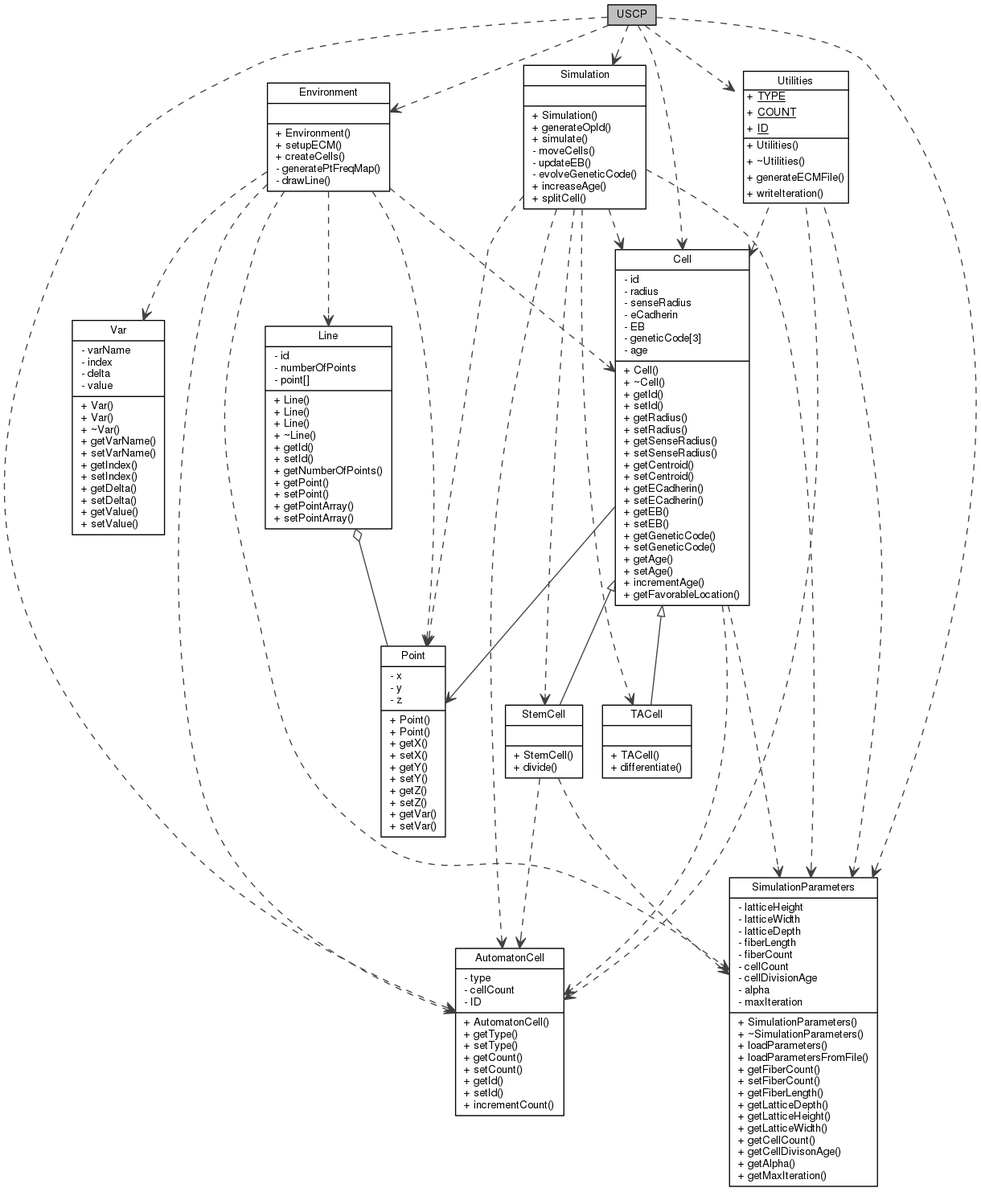
Earlier version of the Graphviz export docs/diag/classDiagram/class_diag.png (abhaymittal/Model-Stem-Cells). Its source is kept beside it as docs/diag/classDiagram/class_diag.dot. Source of this version:
```dot
digraph "Class_Diagram" {
	edge [fontname="Helvetica",fontsize="10",labelfontname="Helvetica",labelfontsize="10"];

node [fontname="Helvetica",fontsize="10",shape=record];

uscp [label="USCP",height=0.2,width=0.4,color="black", fillcolor="grey75", style="filled" fontcolor="black"];

automaton_cell [label="{AutomatonCell\n|- type\l- cellCount\l- ID\l|+ AutomatonCell()\l+ getType()\l+ setType()\l+ getCount()\l+ setCount()\l+ getId()\l+ setId()\l+ incrementCount()\l}",height=0.2,width=0.4,color="black", fillcolor="white", style="filled" fontcolor="black"];

cell [label="{Cell\n|- id\l- radius\l- senseRadius\l- eCadherin\l- EB\l- geneticCode[3]\l- age\l|+ Cell()\l+ ~Cell()\l+ getId()\l+ setId()\l+ getRadius()\l+ setRadius()\l+ getSenseRadius()\l+ setSenseRadius()\l+ getCentroid()\l+ setCentroid()\l+ getECadherin()\l+ setECadherin()\l+ getEB()\l+ setEB()\l+ getGeneticCode()\l+ setGeneticCode()\l+ getAge()\l+ setAge()\l+ incrementAge()\l+ getFavorableLocation()\l}",height=0.2,width=0.4,color="black", fillcolor="white", style="filled" fontcolor="black"];

environment [label="{Environment\n||+ Environment()\l+ setupECM()\l+ createCells()\l- generatePtFreqMap()\l- drawLine()\l}",height=0.2,width=0.4,color="black", fillcolor="white", style="filled" fontcolor="black"];

line [label="{Line\n|- id\l- numberOfPoints\l- point[]\l|+ Line()\l+ Line()\l+ Line()\l+ ~Line()\l+ getId()\l+ setId()\l+ getNumberOfPoints()\l+ getPoint()\l+ setPoint()\l+ getPointArray()\l+ setPointArray()\l}",height=0.2,width=0.4,color="black", fillcolor="white", style="filled" fontcolor="black"];

point [label="{Point\n|- x\l- y\l- z\l|+ Point()\l+ Point()\l+ getX()\l+ setX()\l+ getY()\l+ setY()\l+ getZ()\l+ setZ()\l+ getVar()\l+ setVar()\l}",height=0.2,width=0.4,color="black", fillcolor="white", style="filled" fontcolor="black"];

simulation [label="{Simulation\n||+ Simulation()\l+ generateOpId()\l+ simulate()\l- moveCells()\l- updateEB()\l- evolveGeneticCode()\l+ increaseAge()\l+ splitCell()\l}",height=0.2,width=0.4,color="black", fillcolor="white", style="filled" fontcolor="black"];

simulation_param [label="{SimulationParameters\n|- latticeHeight\l- latticeWidth\l- latticeDepth\l- fiberLength\l- fiberCount\l- cellCount\l- cellDivisionAge\l- alpha\l- maxIteration\l|+ SimulationParameters()\l+ ~SimulationParameters()\l+ loadParameters()\l+ loadParametersFromFile()\l+ getFiberCount()\l+ setFiberCount()\l+ getFiberLength()\l+ getLatticeDepth()\l+ getLatticeHeight()\l+ getLatticeWidth()\l+ getCellCount()\l+ getCellDivisonAge()\l+ getAlpha()\l+ getMaxIteration()\l}",height=0.2,width=0.4,color="black", fillcolor="white", style="filled" fontcolor="black"];

utilities [label=<<TABLE ALIGN="LEFT" CELLBORDER="0" CELLSPACING="0" ><TR><TD>Utilities</TD></TR><HR/><TR><TD ALIGN="LEFT">+ <u>TYPE</u></TD></TR><TR><TD ALIGN="LEFT">+ <U>COUNT</U></TD></TR><TR><TD ALIGN="LEFT">+ <U>ID</U></TD></TR><HR/><TR><TD ALIGN="LEFT">+ Utilities()</TD></TR><TR><TD ALIGN="LEFT">+ ~Utilities()</TD></TR><TR><TD ALIGN="LEFT">+ generateECMFile()</TD></TR><TR><TD ALIGN="LEFT">+ writeIteration()</TD></TR></TABLE>>,shape=plaintext,height=0.2,width=0.4,color="black", fillcolor="white", style="filled" fontcolor="black"];

var [label="{Var\n|- varName\l- index\l- delta\l- value\l|+ Var()\l+ Var()\l+ ~Var()\l+ getVarName()\l+ setVarName()\l+ getIndex()\l+ setIndex()\l+ getDelta()\l+ setDelta()\l+ getValue()\l+ setValue()\l}",height=0.2,width=0.4,color="black", fillcolor="white", style="filled" fontcolor="black"];

stem_cell [label="{StemCell\n||+ StemCell()\l+ divide()\l}",height=0.2,width=0.4,color="black", fillcolor="white", style="filled" fontcolor="black"];

ta_cell [label="{TACell\n||+ TACell()\l+ differentiate()\l}",height=0.2,width=0.4,color="black", fillcolor="white", style="filled" fontcolor="black"];


uscp -> automaton_cell [color="grey25",fontsize="10",style="dashed" ,fontname="Helvetica",arrowhead=vee];
uscp -> cell [color="grey25",fontsize="10",style="dashed" ,fontname="Helvetica",arrowhead=vee];
uscp -> environment [color="grey25",fontsize="10",style="dashed" ,fontname="Helvetica",arrowhead=vee];
uscp -> simulation [color="grey25",fontsize="10",style="dashed" ,fontname="Helvetica",arrowhead=vee];
uscp -> simulation_param [color="grey25",fontsize="10",style="dashed" ,fontname="Helvetica",arrowhead=vee];
uscp -> utilities [color="grey25",fontsize="10",style="dashed" ,fontname="Helvetica",arrowhead=vee];

cell -> point [color="grey25",fontsize="10",style="solid" ,fontname="Helvetica" arrowhead=vee];
cell -> automaton_cell [color="grey25",fontsize="10",style="dashed" ,fontname="Helvetica",arrowhead=vee];
cell -> simulation_param [color="grey25",fontsize="10",style="dashed" ,fontname="Helvetica",arrowhead=vee];
cell -> stem_cell [color="grey25",fontsize="10",style="solid" ,fontname="Helvetica" dir="back" arrowtail=empty];
cell -> ta_cell [color="grey25",fontsize="10",style="solid" ,fontname="Helvetica" dir="back" arrowtail=empty];

environment -> automaton_cell [color="grey25",fontsize="10",style="dashed" ,fontname="Helvetica",arrowhead=vee];
environment -> cell [color="grey25",fontsize="10",style="dashed" ,fontname="Helvetica",arrowhead=vee];
environment -> line [color="grey25",fontsize="10",style="dashed" ,fontname="Helvetica",arrowhead=vee];
environment -> point [color="grey25",fontsize="10",style="dashed" ,fontname="Helvetica",arrowhead=vee];
environment -> simulation_param [color="grey25",fontsize="10",style="dashed" ,fontname="Helvetica",arrowhead=vee];
environment -> var [color="grey25",fontsize="10",style="dashed" ,fontname="Helvetica",arrowhead=vee];

line -> point [color="grey25",fontsize="10",style="solid" ,fontname="Helvetica" dir="back" arrowtail=ediamond];

simulation -> automaton_cell [color="grey25",fontsize="10",style="dashed" ,fontname="Helvetica",arrowhead=vee];
simulation -> cell [color="grey25",fontsize="10",style="dashed" ,fontname="Helvetica",arrowhead=vee];
simulation -> point [color="grey25",fontsize="10",style="dashed" ,fontname="Helvetica",arrowhead=vee];
simulation -> simulation_param [color="grey25",fontsize="10",style="dashed" ,fontname="Helvetica",arrowhead=vee];
simulation -> stem_cell [color="grey25",fontsize="10",style="dashed" ,fontname="Helvetica",arrowhead=vee];
simulation -> ta_cell [color="grey25",fontsize="10",style="dashed" ,fontname="Helvetica",arrowhead=vee];

utilities -> automaton_cell [color="grey25",fontsize="10",style="dashed" ,fontname="Helvetica",arrowhead=vee];
utilities -> simulation_param [color="grey25",fontsize="10",style="dashed" ,fontname="Helvetica",arrowhead=vee];
utilities -> cell [color="grey25",fontsize="10",style="dashed" ,fontname="Helvetica",arrowhead=vee];

stem_cell -> automaton_cell [color="grey25",fontsize="10",style="dashed" ,fontname="Helvetica",arrowhead=vee];
stem_cell -> simulation_param [color="grey25",fontsize="10",style="dashed" ,fontname="Helvetica",arrowhead=vee];

}
```
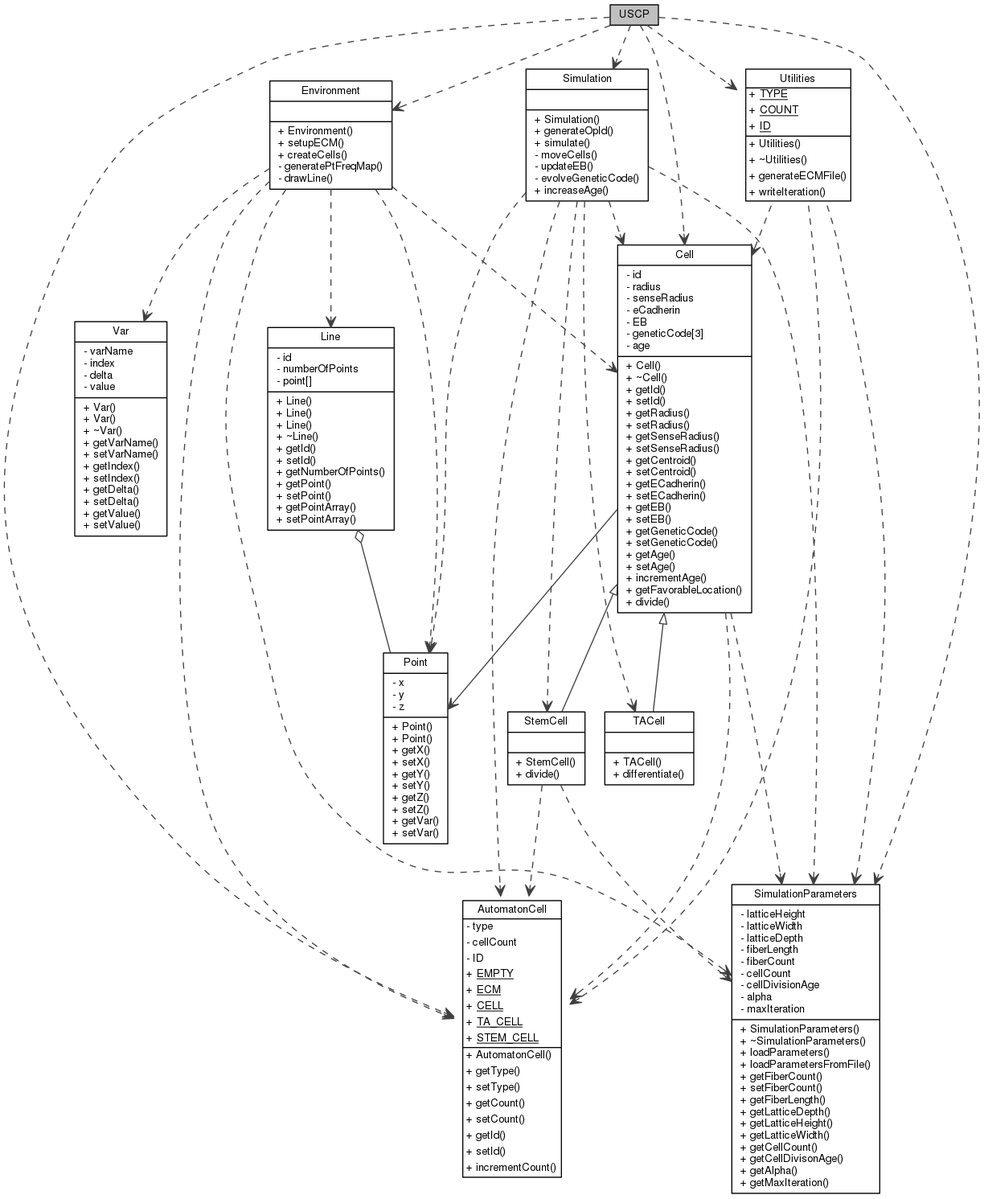
After the commit.

Commit message:
StemCells.tex => Updated Documentation and class diagram

Diff of the diagram source:
```diff
@@ -5,9 +5,31 @@
 
 uscp [label="USCP",height=0.2,width=0.4,color="black", fillcolor="grey75", style="filled" fontcolor="black"];
 
-automaton_cell [label="{AutomatonCell\n|- type\l- cellCount\l- ID\l|+ AutomatonCell()\l+ getType()\l+ setType()\l+ getCount()\l+ setCount()\l+ getId()\l+ setId()\l+ incrementCount()\l}",height=0.2,width=0.4,color="black", fillcolor="white", style="filled" fontcolor="black"];
+automaton_cell [label=<
+<TABLE ALIGN="LEFT" CELLBORDER="0" CELLSPACING="0" >
+<TR><TD>AutomatonCell</TD></TR>
+<HR/>
+<TR><TD ALIGN="LEFT">- type</TD></TR>
+<TR><TD ALIGN="LEFT">- cellCount</TD></TR>
+<TR><TD ALIGN="LEFT">- ID</TD></TR>
+<TR><TD ALIGN="LEFT">+ <u>EMPTY</u></TD></TR>
+<TR><TD ALIGN="LEFT">+ <U>ECM</U></TD></TR>
+<TR><TD ALIGN="LEFT">+ <U>CELL</U></TD></TR>
+<TR><TD ALIGN="LEFT">+ <U>TA_CELL</U></TD></TR>
+<TR><TD ALIGN="LEFT">+ <U>STEM_CELL</U></TD></TR>
+<HR/>
+<TR><TD ALIGN="LEFT">+ AutomatonCell()</TD></TR>
+<TR><TD ALIGN="LEFT">+ getType()</TD></TR>
+<TR><TD ALIGN="LEFT">+ setType()</TD></TR>
+<TR><TD ALIGN="LEFT">+ getCount()</TD></TR>
+<TR><TD ALIGN="LEFT">+ setCount()</TD></TR>
+<TR><TD ALIGN="LEFT">+ getId()</TD></TR>
+<TR><TD ALIGN="LEFT">+ setId()</TD></TR>
+<TR><TD ALIGN="LEFT">+ incrementCount()</TD></TR>
+</TABLE>
+>,shape=plaintext,height=0.2,width=0.4,color="black", fillcolor="white", style="filled" fontcolor="black"];
 
-cell [label="{Cell\n|- id\l- radius\l- senseRadius\l- eCadherin\l- EB\l- geneticCode[3]\l- age\l|+ Cell()\l+ ~Cell()\l+ getId()\l+ setId()\l+ getRadius()\l+ setRadius()\l+ getSenseRadius()\l+ setSenseRadius()\l+ getCentroid()\l+ setCentroid()\l+ getECadherin()\l+ setECadherin()\l+ getEB()\l+ setEB()\l+ getGeneticCode()\l+ setGeneticCode()\l+ getAge()\l+ setAge()\l+ incrementAge()\l+ getFavorableLocation()\l}",height=0.2,width=0.4,color="black", fillcolor="white", style="filled" fontcolor="black"];
+cell [label="{Cell\n|- id\l- radius\l- senseRadius\l- eCadherin\l- EB\l- geneticCode[3]\l- age\l|+ Cell()\l+ ~Cell()\l+ getId()\l+ setId()\l+ getRadius()\l+ setRadius()\l+ getSenseRadius()\l+ setSenseRadius()\l+ getCentroid()\l+ setCentroid()\l+ getECadherin()\l+ setECadherin()\l+ getEB()\l+ setEB()\l+ getGeneticCode()\l+ setGeneticCode()\l+ getAge()\l+ setAge()\l+ incrementAge()\l+ getFavorableLocation()\l+ divide()\l}",height=0.2,width=0.4,color="black", fillcolor="white", style="filled" fontcolor="black"];
 
 environment [label="{Environment\n||+ Environment()\l+ setupECM()\l+ createCells()\l- generatePtFreqMap()\l- drawLine()\l}",height=0.2,width=0.4,color="black", fillcolor="white", style="filled" fontcolor="black"];
 
@@ -15,7 +37,7 @@
 
 point [label="{Point\n|- x\l- y\l- z\l|+ Point()\l+ Point()\l+ getX()\l+ setX()\l+ getY()\l+ setY()\l+ getZ()\l+ setZ()\l+ getVar()\l+ setVar()\l}",height=0.2,width=0.4,color="black", fillcolor="white", style="filled" fontcolor="black"];
 
-simulation [label="{Simulation\n||+ Simulation()\l+ generateOpId()\l+ simulate()\l- moveCells()\l- updateEB()\l- evolveGeneticCode()\l+ increaseAge()\l+ splitCell()\l}",height=0.2,width=0.4,color="black", fillcolor="white", style="filled" fontcolor="black"];
+simulation [label="{Simulation\n||+ Simulation()\l+ generateOpId()\l+ simulate()\l- moveCells()\l- updateEB()\l- evolveGeneticCode()\l+ increaseAge()\l}",height=0.2,width=0.4,color="black", fillcolor="white", style="filled" fontcolor="black"];
 
 simulation_param [label="{SimulationParameters\n|- latticeHeight\l- latticeWidth\l- latticeDepth\l- fiberLength\l- fiberCount\l- cellCount\l- cellDivisionAge\l- alpha\l- maxIteration\l|+ SimulationParameters()\l+ ~SimulationParameters()\l+ loadParameters()\l+ loadParametersFromFile()\l+ getFiberCount()\l+ setFiberCount()\l+ getFiberLength()\l+ getLatticeDepth()\l+ getLatticeHeight()\l+ getLatticeWidth()\l+ getCellCount()\l+ getCellDivisonAge()\l+ getAlpha()\l+ getMaxIteration()\l}",height=0.2,width=0.4,color="black", fillcolor="white", style="filled" fontcolor="black"];
 
```
